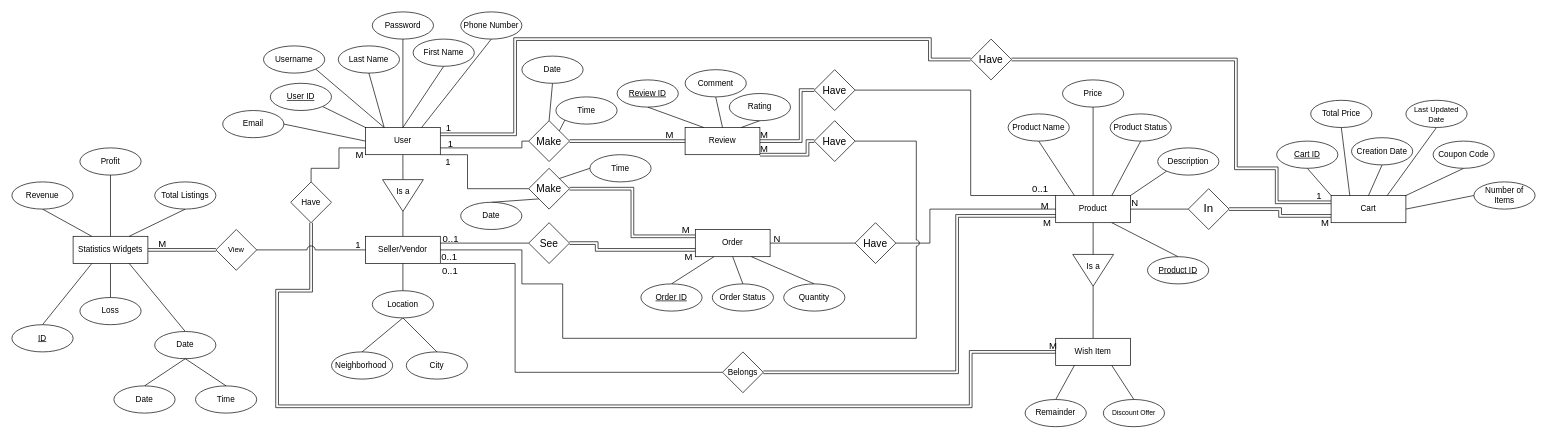
Earlier version of the draw.io diagram page "Page-1" (1 of 2) of Diagrams/ERD_Digram.drawio (Norhan-salem/Multi-Vendor-Market-Place). Source tidied: cells renumbered, new cells numbered last; positions are measured from the earlier drawing's top-left corner, leaving out a move shared by most shapes. Both pictures are drawn from the tidied source at 68%, with x=0, y=0 at pixel (12, 12).
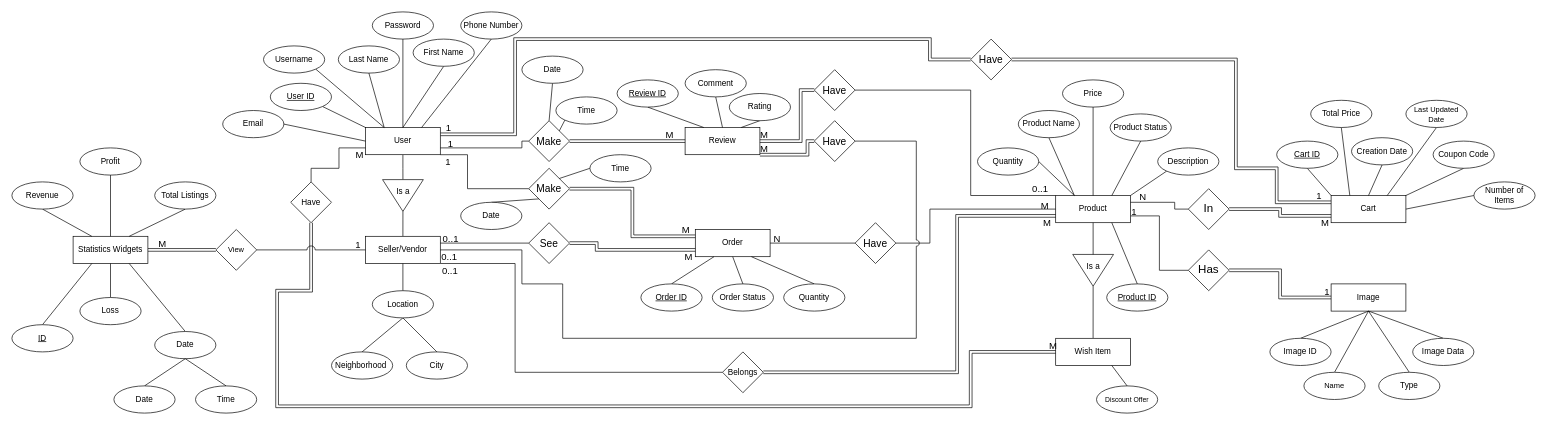
Above is the later version.

The change refers to these unchanged cells:
```xml
<mxCell id="2" value="Product" style="rounded=0;whiteSpace=wrap;html=1;" parent="1" vertex="1">
  <mxGeometry x="1535" y="270" width="110" height="40" as="geometry" />
</mxCell>
<mxCell id="10" value="Wish Item" style="rounded=0;whiteSpace=wrap;html=1;" parent="1" vertex="1">
  <mxGeometry x="1535" y="480" width="110" height="40" as="geometry" />
</mxCell>
<mxCell id="103" style="edgeStyle=orthogonalEdgeStyle;shape=link;rounded=0;jettySize=auto;html=1;exitX=1;exitY=0.5;exitDx=0;exitDy=0;entryX=0;entryY=0.75;entryDx=0;entryDy=0;labelBackgroundColor=default;strokeColor=default;align=center;verticalAlign=middle;fontFamily=Helvetica;fontSize=11;fontColor=default;endArrow=none;endFill=0;" parent="1" edge="1" source="117" target="12">
  <mxGeometry relative="1" as="geometry" />
</mxCell>
<mxCell id="117" value="&lt;font style=&quot;font-size: 17px;&quot;&gt;In&lt;/font&gt;" style="rhombus;whiteSpace=wrap;html=1;fontFamily=Helvetica;fontSize=11;fontColor=default;" parent="1" vertex="1">
  <mxGeometry x="1730" y="260" width="60" height="60" as="geometry" />
</mxCell>
```

Change to the diagram source:
```diff
@@
+    <mxCell id="158" style="edgeStyle=orthogonalEdgeStyle;shape=connector;rounded=0;jettySize=auto;html=1;exitX=1;exitY=0.75;exitDx=0;exitDy=0;entryX=0;entryY=0.5;entryDx=0;entryDy=0;labelBackgroundColor=default;strokeColor=default;align=center;verticalAlign=middle;fontFamily=Helvetica;fontSize=11;fontColor=default;endArrow=none;endFill=0;" parent="1" edge="1" source="2" target="172">
+      <mxGeometry relative="1" as="geometry" />
+    </mxCell>
+    <mxCell id="159" value="1" style="edgeLabel;html=1;align=center;verticalAlign=middle;fontSize=14;fontFamily=Helvetica;fontColor=default;labelBackgroundColor=none;" parent="158" vertex="1">
+      <mxGeometry x="-0.23" relative="1" as="geometry">
+        <mxPoint x="-38" y="-28" as="offset" />
+      </mxGeometry>
+    </mxCell>
@@
     <mxCell id="45" value="&lt;u&gt;Product ID&lt;/u&gt;" style="ellipse;whiteSpace=wrap;html=1;" parent="1" vertex="1">
-      <mxGeometry x="1670" y="360" width="90" height="40" as="geometry" />
+      <mxGeometry x="1610" y="400" width="90" height="40" as="geometry" />
     </mxCell>
@@
     <mxCell id="47" value="Product Name" style="ellipse;whiteSpace=wrap;html=1;" parent="1" vertex="1">
-      <mxGeometry x="1465" y="150" width="90" height="40" as="geometry" />
+      <mxGeometry x="1480" y="145" width="90" height="40" as="geometry" />
     </mxCell>
@@
-    <mxCell id="79" style="edgeStyle=none;shape=connector;rounded=0;jettySize=auto;html=1;exitX=0.5;exitY=0;exitDx=0;exitDy=0;entryX=0.25;entryY=1;entryDx=0;entryDy=0;labelBackgroundColor=default;strokeColor=default;align=center;verticalAlign=middle;fontFamily=Helvetica;fontSize=11;fontColor=default;endArrow=none;endFill=0;" parent="1" edge="1" source="80" target="10">
-      <mxGeometry relative="1" as="geometry" />
-    </mxCell>
+    <mxCell id="160" style="edgeStyle=none;shape=connector;rounded=0;jettySize=auto;html=1;exitX=1;exitY=0.5;exitDx=0;exitDy=0;entryX=0.25;entryY=0;entryDx=0;entryDy=0;labelBackgroundColor=default;strokeColor=default;align=center;verticalAlign=middle;fontFamily=Helvetica;fontSize=11;fontColor=default;endArrow=none;endFill=0;" parent="1" edge="1" source="80" target="2">
+      <mxGeometry relative="1" as="geometry" />
+    </mxCell>
-    <mxCell id="80" value="Remainder" style="ellipse;whiteSpace=wrap;html=1;" parent="1" vertex="1">
-      <mxGeometry x="1490" y="570" width="90" height="40" as="geometry" />
+    <mxCell id="80" value="Quantity" style="ellipse;whiteSpace=wrap;html=1;" parent="1" vertex="1">
+      <mxGeometry x="1420" y="200" width="90" height="40" as="geometry" />
     </mxCell>
@@
     <mxCell id="82" value="&lt;font style=&quot;font-size: 10px;&quot;&gt;Discount Offer&lt;/font&gt;" style="ellipse;whiteSpace=wrap;html=1;" parent="1" vertex="1">
-      <mxGeometry x="1605" y="570" width="90" height="40" as="geometry" />
+      <mxGeometry x="1595" y="550" width="90" height="40" as="geometry" />
     </mxCell>
@@
-    <mxCell id="101" style="edgeStyle=none;shape=connector;rounded=0;jettySize=auto;html=1;exitX=0;exitY=0.5;exitDx=0;exitDy=0;entryX=1;entryY=0.5;entryDx=0;entryDy=0;labelBackgroundColor=default;strokeColor=default;align=center;verticalAlign=middle;fontFamily=Helvetica;fontSize=11;fontColor=default;endArrow=none;endFill=0;" parent="1" edge="1" source="117" target="2">
-      <mxGeometry relative="1" as="geometry" />
+    <mxCell id="101" style="edgeStyle=orthogonalEdgeStyle;shape=connector;rounded=0;jettySize=auto;html=1;exitX=0;exitY=0.5;exitDx=0;exitDy=0;entryX=1;entryY=0.25;entryDx=0;entryDy=0;labelBackgroundColor=default;strokeColor=default;align=center;verticalAlign=middle;fontFamily=Helvetica;fontSize=11;fontColor=default;endArrow=none;endFill=0;" parent="1" edge="1" source="117" target="2">
+      <mxGeometry relative="1" as="geometry">
+        <Array as="points">
+          <mxPoint x="1710" y="290" />
+          <mxPoint x="1710" y="280" />
+        </Array>
+      </mxGeometry>
     </mxCell>
     <mxCell id="102" value="N" style="edgeLabel;html=1;align=center;verticalAlign=middle;fontSize=14;fontFamily=Helvetica;fontColor=default;labelBackgroundColor=none;" parent="101" vertex="1">
       <mxGeometry x="-0.02" y="2" relative="1" as="geometry">
-        <mxPoint x="-38" y="-12" as="offset" />
+        <mxPoint x="-31" y="-11" as="offset" />
       </mxGeometry>
     </mxCell>
@@
-    <mxCell id="104" value="&lt;font style=&quot;font-size: 14px;&quot;&gt;M&lt;/font&gt;" style="edgeLabel;html=1;align=center;verticalAlign=middle;fontSize=11;fontFamily=Helvetica;fontColor=default;labelBackgroundColor=none;" parent="103" vertex="1">
+    <mxCell id="104" value="&lt;font style=&quot;font-size: 14px;&quot;&gt;M&lt;/font&gt;" style="edgeLabel;html=1;align=center;verticalAlign=middle;fontSize=14;fontFamily=Helvetica;fontColor=default;labelBackgroundColor=none;" parent="103" vertex="1">
       <mxGeometry x="-0.08" y="4" relative="1" as="geometry">
         <mxPoint x="66" y="24" as="offset" />
       </mxGeometry>
     </mxCell>
@@
+    <mxCell id="161" value="Image" style="rounded=0;whiteSpace=wrap;html=1;" parent="1" vertex="1">
+      <mxGeometry x="1940" y="400" width="110" height="40" as="geometry" />
+    </mxCell>
+    <mxCell id="162" style="edgeStyle=none;shape=connector;rounded=0;jettySize=auto;html=1;exitX=0.5;exitY=0;exitDx=0;exitDy=0;entryX=0.5;entryY=1;entryDx=0;entryDy=0;labelBackgroundColor=default;strokeColor=default;align=center;verticalAlign=middle;fontFamily=Helvetica;fontSize=11;fontColor=default;endArrow=none;endFill=0;" parent="1" edge="1" source="163" target="161">
+      <mxGeometry relative="1" as="geometry" />
+    </mxCell>
+    <mxCell id="163" value="Image ID" style="ellipse;whiteSpace=wrap;html=1;" parent="1" vertex="1">
+      <mxGeometry x="1850" y="480" width="90" height="40" as="geometry" />
+    </mxCell>
+    <mxCell id="164" style="edgeStyle=none;shape=connector;rounded=0;jettySize=auto;html=1;exitX=0.5;exitY=0;exitDx=0;exitDy=0;labelBackgroundColor=default;strokeColor=default;align=center;verticalAlign=middle;fontFamily=Helvetica;fontSize=11;fontColor=default;endArrow=none;endFill=0;entryX=0.5;entryY=1;entryDx=0;entryDy=0;" parent="1" edge="1" source="165" target="161">
+      <mxGeometry relative="1" as="geometry" />
+    </mxCell>
+    <mxCell id="165" value="&lt;span style=&quot;font-size: 11px;&quot;&gt;Name&lt;/span&gt;" style="ellipse;whiteSpace=wrap;html=1;" parent="1" vertex="1">
+      <mxGeometry x="1900" y="530" width="90" height="40" as="geometry" />
+    </mxCell>
+    <mxCell id="166" style="edgeStyle=none;shape=connector;rounded=0;jettySize=auto;html=1;exitX=0.5;exitY=0;exitDx=0;exitDy=0;entryX=0.5;entryY=1;entryDx=0;entryDy=0;labelBackgroundColor=default;strokeColor=default;align=center;verticalAlign=middle;fontFamily=Helvetica;fontSize=11;fontColor=default;endArrow=none;endFill=0;" parent="1" edge="1" source="167" target="161">
+      <mxGeometry relative="1" as="geometry" />
+    </mxCell>
+    <mxCell id="167" value="Type" style="ellipse;whiteSpace=wrap;html=1;" parent="1" vertex="1">
+      <mxGeometry x="2010" y="530" width="90" height="40" as="geometry" />
+    </mxCell>
+    <mxCell id="168" style="edgeStyle=none;shape=connector;rounded=0;jettySize=auto;html=1;exitX=0.5;exitY=0;exitDx=0;exitDy=0;entryX=0.5;entryY=1;entryDx=0;entryDy=0;labelBackgroundColor=default;strokeColor=default;align=center;verticalAlign=middle;fontFamily=Helvetica;fontSize=11;fontColor=default;endArrow=none;endFill=0;" parent="1" edge="1" source="169" target="161">
+      <mxGeometry relative="1" as="geometry" />
+    </mxCell>
+    <mxCell id="169" value="Image Data" style="ellipse;whiteSpace=wrap;html=1;" parent="1" vertex="1">
+      <mxGeometry x="2060" y="480" width="90" height="40" as="geometry" />
+    </mxCell>
+    <mxCell id="170" style="edgeStyle=orthogonalEdgeStyle;shape=link;rounded=0;jettySize=auto;html=1;exitX=1;exitY=0.5;exitDx=0;exitDy=0;entryX=0;entryY=0.5;entryDx=0;entryDy=0;labelBackgroundColor=default;strokeColor=default;align=center;verticalAlign=middle;fontFamily=Helvetica;fontSize=11;fontColor=default;endArrow=none;endFill=0;" parent="1" edge="1" source="172" target="161">
+      <mxGeometry relative="1" as="geometry" />
+    </mxCell>
+    <mxCell id="171" value="1" style="edgeLabel;html=1;align=center;verticalAlign=middle;fontSize=14;fontFamily=Helvetica;fontColor=default;labelBackgroundColor=none;" parent="170" vertex="1">
+      <mxGeometry x="0.76" y="-3" relative="1" as="geometry">
+        <mxPoint x="16" y="-12" as="offset" />
+      </mxGeometry>
+    </mxCell>
+    <mxCell id="172" value="&lt;font style=&quot;font-size: 17px;&quot;&gt;Has&lt;/font&gt;" style="rhombus;whiteSpace=wrap;html=1;fontFamily=Helvetica;fontSize=11;fontColor=default;" parent="1" vertex="1">
+      <mxGeometry x="1730" y="350" width="60" height="60" as="geometry" />
+    </mxCell>
```
